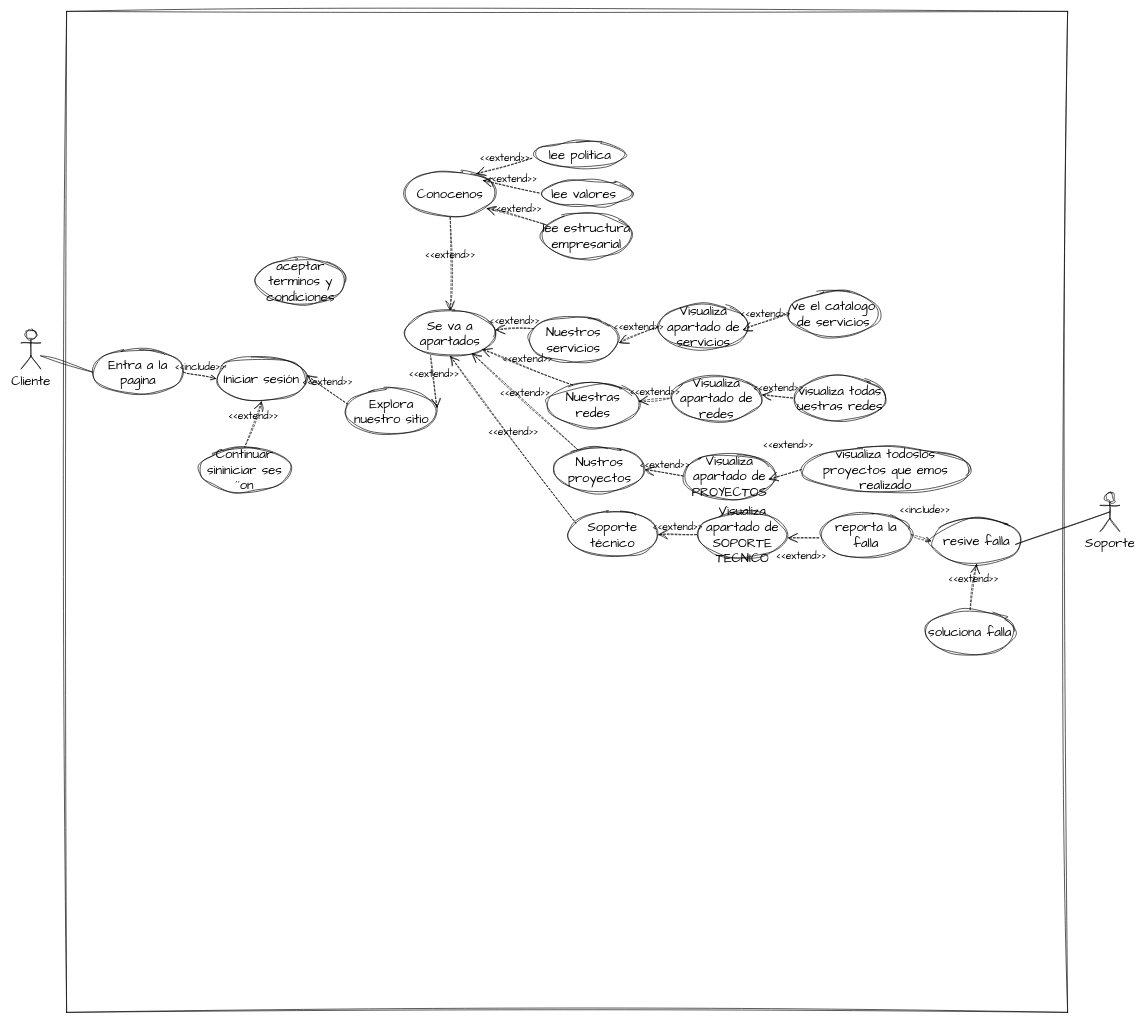
Above: page "GENERAL" (1 of 5) of casos_uso_sitio_web.drawio in Ismael137O/ESDAD_CASOS_USO (draw.io), before the change. Source tidied: cells renumbered, new cells numbered last; positions are measured from the earlier drawing's top-left corner, leaving out a move shared by most shapes. Both pictures are drawn from the tidied source at 65%, with x=0, y=0 at pixel (21, 11).
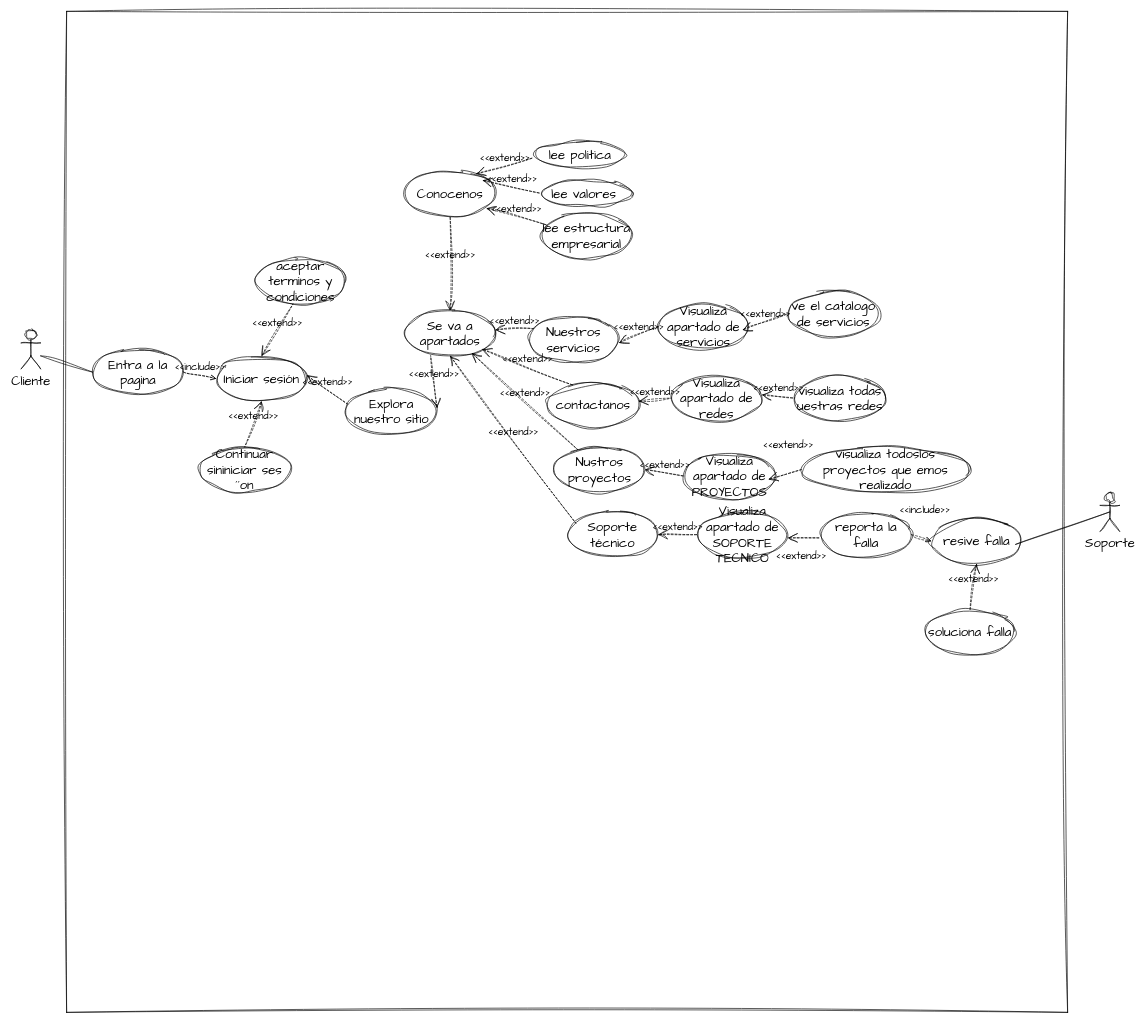
The same diagram, later.

Commit message:
caso de uso general cambios

The change refers to these unchanged cells:
```xml
<mxCell id="13" value="Iniciar sesión" style="ellipse;whiteSpace=wrap;html=1;sketch=1;hachureGap=4;jiggle=2;curveFitting=1;fontFamily=Architects Daughter;fontSize=20;" parent="1" vertex="1">
  <mxGeometry x="300" y="530" width="140" height="70" as="geometry" />
</mxCell>
<mxCell id="35" value="aceptar terminos y condiciones" style="ellipse;whiteSpace=wrap;html=1;sketch=1;hachureGap=4;jiggle=2;curveFitting=1;fontFamily=Architects Daughter;fontSize=20;" parent="1" vertex="1">
  <mxGeometry x="360" y="380" width="140" height="70" as="geometry" />
</mxCell>
```

The edit, as a diff of the source:
```diff
@@
-    <mxCell id="9" value="Nuestras redes" style="ellipse;whiteSpace=wrap;html=1;sketch=1;hachureGap=4;jiggle=2;curveFitting=1;fontFamily=Architects Daughter;fontSize=20;" parent="1" vertex="1">
+    <mxCell id="9" value="contactanos" style="ellipse;whiteSpace=wrap;html=1;sketch=1;hachureGap=4;jiggle=2;curveFitting=1;fontFamily=Architects Daughter;fontSize=20;" parent="1" vertex="1">
       <mxGeometry x="810" y="570" width="140" height="70" as="geometry" />
     </mxCell>
@@
+    <mxCell id="53" value="&amp;lt;&amp;lt;extend&amp;gt;&amp;gt;" style="edgeStyle=none;html=1;startArrow=open;endArrow=none;startSize=12;verticalAlign=bottom;dashed=1;labelBackgroundColor=none;rounded=0;sketch=1;hachureGap=4;jiggle=2;curveFitting=1;fontFamily=Architects Daughter;fontSize=16;exitX=0.5;exitY=0;exitDx=0;exitDy=0;entryX=0.415;entryY=1.008;entryDx=0;entryDy=0;entryPerimeter=0;" parent="1" edge="1" source="13" target="35">
+      <mxGeometry relative="1" as="geometry" />
+    </mxCell>
```
